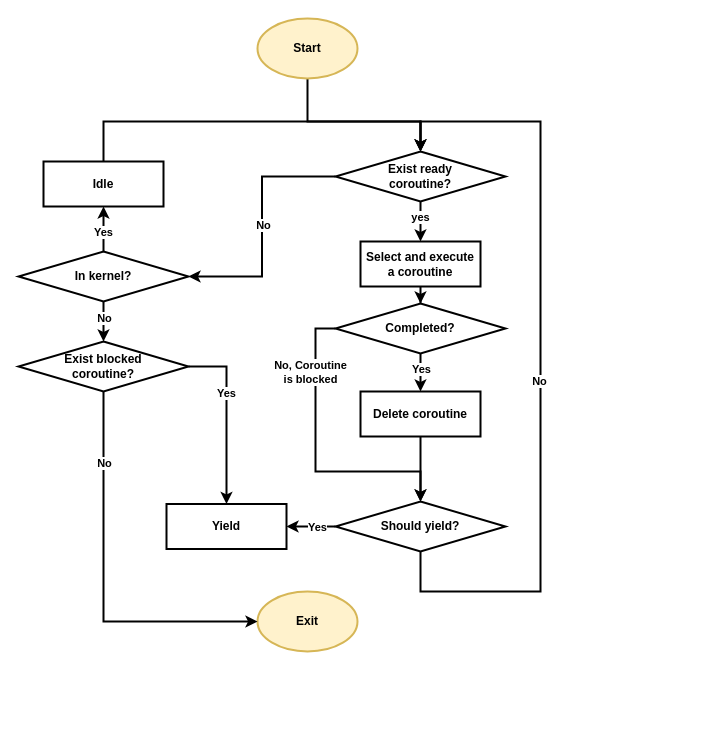
zflcs/SharedScheduler keeps this draw.io diagram as Article/assets/flow.drawio. Above is the earlier version. Source tidied: cells renumbered, new cells numbered last; positions are measured from the earlier drawing's top-left corner, leaving out a move shared by most shapes. Both pictures are drawn from the tidied source at 100%, with x=0, y=0 at pixel (18, 18).
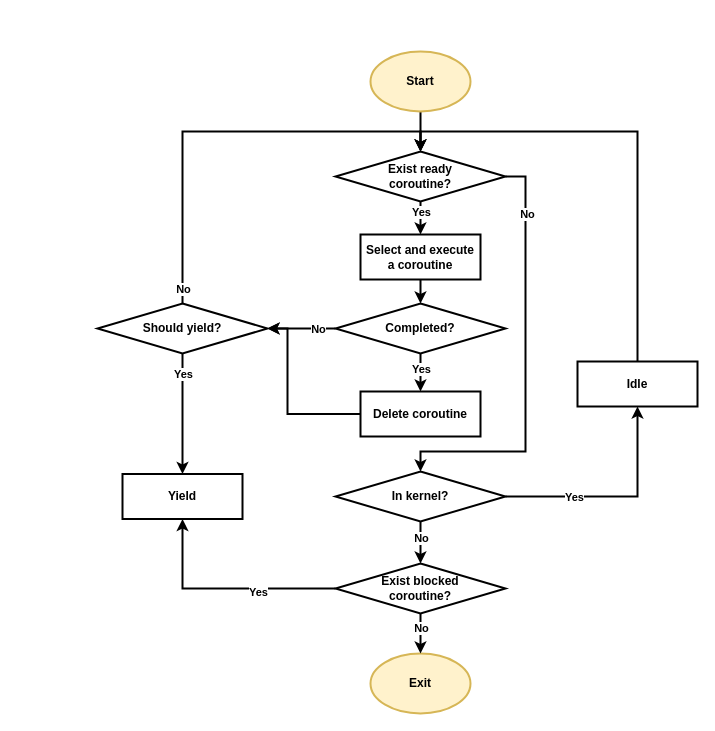
Above is the later version.

Unchanged cells that the change refers to:
```xml
<mxCell id="2" style="edgeStyle=orthogonalEdgeStyle;rounded=0;jettySize=auto;html=1;strokeWidth=2;fontStyle=1;" parent="1" edge="1" source="6" target="8">
  <mxGeometry relative="1" as="geometry" />
</mxCell>
<mxCell id="6" value="Exist ready &lt;br&gt;coroutine?" style="rhombus;whiteSpace=wrap;html=1;strokeWidth=2;fontStyle=1;" parent="1" vertex="1">
  <mxGeometry x="317" y="133" width="170" height="50" as="geometry" />
</mxCell>
<mxCell id="13" value="Completed?" style="rhombus;whiteSpace=wrap;html=1;strokeWidth=2;fontStyle=1;" parent="1" vertex="1">
  <mxGeometry x="317" y="285" width="170" height="50" as="geometry" />
</mxCell>
<mxCell id="15" value="Delete coroutine" style="whiteSpace=wrap;html=1;strokeWidth=2;fontStyle=1;" parent="1" vertex="1">
  <mxGeometry x="342" y="373" width="120" height="45" as="geometry" />
</mxCell>
```

Change to the diagram source:
```diff
@@
-    <mxCell id="3" value="yes" style="edgeLabel;html=1;align=center;verticalAlign=middle;fontStyle=1;" parent="2" vertex="1">
+    <mxCell id="3" value="Yes" style="edgeLabel;html=1;align=center;verticalAlign=middle;fontStyle=1;" parent="2" vertex="1">
       <mxGeometry x="-0.1" y="-2" relative="1" as="geometry">
-        <mxPoint x="1" y="-3" as="offset" />
+        <mxPoint x="-2" y="-9" as="offset" />
       </mxGeometry>
     </mxCell>
-    <mxCell id="4" style="edgeStyle=orthogonalEdgeStyle;rounded=0;jettySize=auto;html=1;exitX=0;exitY=0.5;exitDx=0;exitDy=0;entryX=1;entryY=0.5;entryDx=0;entryDy=0;strokeWidth=2;fontStyle=1;" parent="1" edge="1" source="6" target="25">
-      <mxGeometry relative="1" as="geometry" />
+    <mxCell id="4" style="edgeStyle=orthogonalEdgeStyle;rounded=0;jettySize=auto;html=1;exitX=1;exitY=0.5;exitDx=0;exitDy=0;entryX=0.5;entryY=0;entryDx=0;entryDy=0;strokeWidth=2;fontStyle=1;" parent="1" edge="1" source="6" target="25">
+      <mxGeometry relative="1" as="geometry">
+        <Array as="points">
+          <mxPoint x="507" y="158" />
+          <mxPoint x="507" y="433" />
+          <mxPoint x="402" y="433" />
+        </Array>
+      </mxGeometry>
     </mxCell>
     <mxCell id="5" value="No" style="edgeLabel;html=1;align=center;verticalAlign=middle;fontStyle=1;" parent="4" vertex="1">
-      <mxGeometry x="-0.01" y="1" relative="1" as="geometry" />
+      <mxGeometry x="-0.01" y="1" relative="1" as="geometry">
+        <mxPoint y="-151" as="offset" />
+      </mxGeometry>
     </mxCell>
@@
     <mxCell id="8" value="Select and execute a coroutine" style="whiteSpace=wrap;html=1;strokeWidth=2;fontStyle=1;" parent="1" vertex="1">
-      <mxGeometry x="342" y="223" width="120" height="45" as="geometry" />
+      <mxGeometry x="342" y="216" width="120" height="45" as="geometry" />
     </mxCell>
@@
-    <mxCell id="11" style="edgeStyle=orthogonalEdgeStyle;rounded=0;jettySize=auto;html=1;exitX=0;exitY=0.5;exitDx=0;exitDy=0;entryX=0.5;entryY=0;entryDx=0;entryDy=0;strokeWidth=2;" parent="1" edge="1" source="13" target="20">
+    <mxCell id="11" style="edgeStyle=orthogonalEdgeStyle;rounded=0;jettySize=auto;html=1;exitX=0;exitY=0.5;exitDx=0;exitDy=0;entryX=1;entryY=0.5;entryDx=0;entryDy=0;strokeWidth=2;" parent="1" edge="1" source="13" target="20">
       <mxGeometry relative="1" as="geometry">
         <Array as="points">
-          <mxPoint x="297" y="310" />
-          <mxPoint x="297" y="453" />
-          <mxPoint x="402" y="453" />
+          <mxPoint x="269" y="310" />
+          <mxPoint x="269" y="310" />
         </Array>
       </mxGeometry>
     </mxCell>
-    <mxCell id="12" value="&lt;b style=&quot;border-color: var(--border-color);&quot;&gt;No,&amp;nbsp;Coroutine &lt;br&gt;is blocked&lt;/b&gt;" style="edgeLabel;html=1;align=center;verticalAlign=middle;" parent="11" vertex="1">
+    <mxCell id="12" value="&lt;b style=&quot;border-color: var(--border-color);&quot;&gt;No&lt;/b&gt;" style="edgeLabel;html=1;align=center;verticalAlign=middle;" parent="11" vertex="1">
       <mxGeometry x="0.15" y="1" relative="1" as="geometry">
-        <mxPoint x="-14" y="-99" as="offset" />
+        <mxPoint x="21" y="-1" as="offset" />
       </mxGeometry>
     </mxCell>
@@
-    <mxCell id="14" style="edgeStyle=orthogonalEdgeStyle;rounded=0;jettySize=auto;html=1;exitX=0.5;exitY=1;exitDx=0;exitDy=0;entryX=0.5;entryY=0;entryDx=0;entryDy=0;strokeWidth=2;" parent="1" edge="1" source="15" target="20">
-      <mxGeometry relative="1" as="geometry" />
+    <mxCell id="14" style="edgeStyle=orthogonalEdgeStyle;rounded=0;jettySize=auto;html=1;exitX=0;exitY=0.5;exitDx=0;exitDy=0;entryX=1;entryY=0.5;entryDx=0;entryDy=0;strokeWidth=2;" parent="1" edge="1" source="15" target="20">
+      <mxGeometry relative="1" as="geometry">
+        <Array as="points">
+          <mxPoint x="269" y="396" />
+          <mxPoint x="269" y="310" />
+        </Array>
+      </mxGeometry>
     </mxCell>
@@
-    <mxCell id="16" style="edgeStyle=orthogonalEdgeStyle;rounded=0;jettySize=auto;html=1;exitX=0.5;exitY=1;exitDx=0;exitDy=0;entryX=0.5;entryY=0;entryDx=0;entryDy=0;strokeWidth=2;" parent="1" edge="1" source="20" target="6">
+    <mxCell id="16" style="edgeStyle=orthogonalEdgeStyle;rounded=0;jettySize=auto;html=1;exitX=0.5;exitY=0;exitDx=0;exitDy=0;entryX=0.5;entryY=0;entryDx=0;entryDy=0;strokeWidth=2;" parent="1" edge="1" source="20" target="6">
       <mxGeometry relative="1" as="geometry">
         <Array as="points">
-          <mxPoint x="402" y="573" />
-          <mxPoint x="522" y="573" />
-          <mxPoint x="522" y="103" />
-          <mxPoint x="402" y="103" />
+          <mxPoint x="164" y="113" />
+          <mxPoint x="402" y="113" />
         </Array>
       </mxGeometry>
     </mxCell>
     <mxCell id="17" value="No" style="edgeLabel;html=1;align=center;verticalAlign=middle;fontStyle=1;" parent="16" vertex="1">
       <mxGeometry x="-0.37" y="2" relative="1" as="geometry">
-        <mxPoint y="-125" as="offset" />
+        <mxPoint x="2" y="120" as="offset" />
       </mxGeometry>
     </mxCell>
-    <mxCell id="18" style="edgeStyle=orthogonalEdgeStyle;rounded=0;jettySize=auto;html=1;exitX=0;exitY=0.5;exitDx=0;exitDy=0;entryX=1;entryY=0.5;entryDx=0;entryDy=0;strokeWidth=2;" parent="1" edge="1" source="20" target="29">
+    <mxCell id="18" style="edgeStyle=orthogonalEdgeStyle;rounded=0;jettySize=auto;html=1;exitX=0.5;exitY=1;exitDx=0;exitDy=0;strokeWidth=2;entryX=0.5;entryY=0;entryDx=0;entryDy=0;" parent="1" edge="1" source="20" target="29">
       <mxGeometry relative="1" as="geometry" />
     </mxCell>
     <mxCell id="19" value="Yes" style="edgeLabel;html=1;align=center;verticalAlign=middle;fontStyle=1;" parent="18" vertex="1">
-      <mxGeometry x="-0.24" relative="1" as="geometry" />
+      <mxGeometry x="-0.24" relative="1" as="geometry">
+        <mxPoint y="-26" as="offset" />
+      </mxGeometry>
     </mxCell>
     <mxCell id="20" value="Should yield?" style="rhombus;whiteSpace=wrap;html=1;strokeWidth=2;fontStyle=1;" parent="1" vertex="1">
-      <mxGeometry x="317" y="483" width="170" height="50" as="geometry" />
+      <mxGeometry x="79" y="285" width="170" height="50" as="geometry" />
     </mxCell>
-    <mxCell id="21" style="edgeStyle=orthogonalEdgeStyle;rounded=0;jettySize=auto;html=1;entryX=0.5;entryY=1;entryDx=0;entryDy=0;strokeWidth=2;fontStyle=1;" parent="1" edge="1" source="25" target="28">
-      <mxGeometry relative="1" as="geometry" />
+    <mxCell id="21" style="edgeStyle=orthogonalEdgeStyle;rounded=0;jettySize=auto;html=1;entryX=0.5;entryY=1;entryDx=0;entryDy=0;strokeWidth=2;fontStyle=1;exitX=1;exitY=0.5;exitDx=0;exitDy=0;" parent="1" edge="1" source="25" target="28">
+      <mxGeometry relative="1" as="geometry">
+        <Array as="points">
+          <mxPoint x="619" y="478" />
+        </Array>
+      </mxGeometry>
     </mxCell>
     <mxCell id="22" value="Yes" style="edgeLabel;html=1;align=center;verticalAlign=middle;fontStyle=1;" parent="21" vertex="1">
-      <mxGeometry x="-0.13" y="1" relative="1" as="geometry" />
+      <mxGeometry x="-0.13" y="1" relative="1" as="geometry">
+        <mxPoint x="-29" y="1" as="offset" />
+      </mxGeometry>
     </mxCell>
-    <mxCell id="23" style="edgeStyle=orthogonalEdgeStyle;rounded=0;jettySize=auto;html=1;strokeWidth=2;" parent="1" edge="1" source="25" target="35">
+    <mxCell id="23" style="edgeStyle=orthogonalEdgeStyle;rounded=0;jettySize=auto;html=1;strokeWidth=2;exitX=0.5;exitY=1;exitDx=0;exitDy=0;entryX=0.5;entryY=0;entryDx=0;entryDy=0;" parent="1" edge="1" source="25" target="35">
       <mxGeometry relative="1" as="geometry" />
     </mxCell>
@@
-    <mxCell id="25" value="In kernel?" style="rhombus;whiteSpace=wrap;html=1;strokeWidth=2;fontStyle=1;" parent="1" vertex="1">
-      <mxGeometry y="233" width="170" height="50" as="geometry" />
-    </mxCell>
     <mxCell id="26" value="Exit" style="strokeWidth=2;html=1;shape=mxgraph.flowchart.start_1;whiteSpace=wrap;fontStyle=1;fillColor=#fff2cc;strokeColor=#d6b656;" parent="1" vertex="1">
-      <mxGeometry x="239" y="573" width="100" height="60" as="geometry" />
+      <mxGeometry x="352" y="635" width="100" height="60" as="geometry" />
     </mxCell>
     <mxCell id="27" style="edgeStyle=orthogonalEdgeStyle;rounded=0;jettySize=auto;html=1;exitX=0.5;exitY=0;exitDx=0;exitDy=0;entryX=0.5;entryY=0;entryDx=0;entryDy=0;strokeWidth=2;fontStyle=1;" parent="1" edge="1" source="28" target="6">
       <mxGeometry relative="1" as="geometry">
         <Array as="points">
-          <mxPoint x="85" y="103" />
-          <mxPoint x="402" y="103" />
+          <mxPoint x="619" y="113" />
+          <mxPoint x="402" y="113" />
         </Array>
       </mxGeometry>
     </mxCell>
     <mxCell id="28" value="Idle" style="whiteSpace=wrap;html=1;strokeWidth=2;fontStyle=1;" parent="1" vertex="1">
-      <mxGeometry x="25" y="143" width="120" height="45" as="geometry" />
+      <mxGeometry x="559" y="343" width="120" height="45" as="geometry" />
     </mxCell>
     <mxCell id="29" value="Yield" style="whiteSpace=wrap;html=1;strokeWidth=2;fontStyle=1;" parent="1" vertex="1">
-      <mxGeometry x="148" y="485.5" width="120" height="45" as="geometry" />
+      <mxGeometry x="104" y="455.5" width="120" height="45" as="geometry" />
     </mxCell>
-    <mxCell id="30" style="edgeStyle=orthogonalEdgeStyle;rounded=0;jettySize=auto;html=1;exitX=0.5;exitY=1;exitDx=0;exitDy=0;" parent="1" edge="1" source="35">
-      <mxGeometry relative="1" as="geometry">
-        <mxPoint x="85.3" y="373.2" as="targetPoint" />
-      </mxGeometry>
-    </mxCell>
-    <mxCell id="31" style="edgeStyle=orthogonalEdgeStyle;rounded=0;jettySize=auto;html=1;exitX=1;exitY=0.5;exitDx=0;exitDy=0;entryX=0.5;entryY=0;entryDx=0;entryDy=0;strokeWidth=2;" parent="1" edge="1" source="35" target="29">
-      <mxGeometry relative="1" as="geometry">
-        <Array as="points">
-          <mxPoint x="208" y="348" />
-        </Array>
-      </mxGeometry>
-    </mxCell>
-    <mxCell id="32" value="Yes" style="edgeLabel;html=1;align=center;verticalAlign=middle;fontStyle=1;" parent="31" vertex="1">
-      <mxGeometry x="-0.31" relative="1" as="geometry">
-        <mxPoint x="-1" y="3" as="offset" />
-      </mxGeometry>
-    </mxCell>
-    <mxCell id="33" style="edgeStyle=orthogonalEdgeStyle;rounded=0;jettySize=auto;html=1;exitX=0.5;exitY=1;exitDx=0;exitDy=0;strokeWidth=2;" parent="1" edge="1" source="35" target="26">
-      <mxGeometry relative="1" as="geometry">
-        <Array as="points">
-          <mxPoint x="85" y="603" />
-        </Array>
-      </mxGeometry>
+    <mxCell id="33" style="edgeStyle=orthogonalEdgeStyle;rounded=0;jettySize=auto;html=1;strokeWidth=2;entryX=0.5;entryY=0;entryDx=0;entryDy=0;entryPerimeter=0;exitX=0.5;exitY=1;exitDx=0;exitDy=0;" parent="1" edge="1" source="35" target="26">
+      <mxGeometry relative="1" as="geometry" />
     </mxCell>
     <mxCell id="34" value="No" style="edgeLabel;html=1;align=center;verticalAlign=middle;fontStyle=1;" parent="33" vertex="1">
-      <mxGeometry x="-0.63" relative="1" as="geometry" />
+      <mxGeometry x="-0.63" relative="1" as="geometry">
+        <mxPoint y="7" as="offset" />
+      </mxGeometry>
     </mxCell>
     <mxCell id="35" value="Exist blocked &lt;br&gt;coroutine?" style="rhombus;whiteSpace=wrap;html=1;strokeWidth=2;fontStyle=1;" parent="1" vertex="1">
-      <mxGeometry y="323" width="170" height="50" as="geometry" />
+      <mxGeometry x="317" y="545" width="170" height="50" as="geometry" />
     </mxCell>
     <mxCell id="36" style="edgeStyle=orthogonalEdgeStyle;rounded=0;jettySize=auto;html=1;exitX=0.5;exitY=1;exitDx=0;exitDy=0;exitPerimeter=0;entryX=0.5;entryY=0;entryDx=0;entryDy=0;strokeWidth=2;" parent="1" edge="1" source="37" target="6">
       <mxGeometry relative="1" as="geometry">
         <Array as="points">
-          <mxPoint x="289" y="103" />
-          <mxPoint x="402" y="103" />
+          <mxPoint x="402" y="83" />
+          <mxPoint x="402" y="83" />
         </Array>
       </mxGeometry>
     </mxCell>
     <mxCell id="37" value="Start" style="strokeWidth=2;html=1;shape=mxgraph.flowchart.start_1;whiteSpace=wrap;fontStyle=1;fillColor=#fff2cc;strokeColor=#d6b656;" parent="1" vertex="1">
-      <mxGeometry x="239" width="100" height="60" as="geometry" />
+      <mxGeometry x="352" y="33" width="100" height="60" as="geometry" />
     </mxCell>
+    <mxCell id="31" style="edgeStyle=orthogonalEdgeStyle;rounded=0;jettySize=auto;html=1;exitX=0;exitY=0.5;exitDx=0;exitDy=0;entryX=0.5;entryY=1;entryDx=0;entryDy=0;strokeWidth=2;" parent="1" edge="1" source="35" target="29">
+      <mxGeometry relative="1" as="geometry">
+        <Array as="points">
+          <mxPoint x="164" y="570" />
+        </Array>
+      </mxGeometry>
+    </mxCell>
+    <mxCell id="32" value="Yes" style="edgeLabel;html=1;align=center;verticalAlign=middle;fontStyle=1;" parent="31" vertex="1">
+      <mxGeometry x="-0.31" relative="1" as="geometry">
+        <mxPoint x="-1" y="3" as="offset" />
+      </mxGeometry>
+    </mxCell>
+    <mxCell id="25" value="In kernel?" style="rhombus;whiteSpace=wrap;html=1;strokeWidth=2;fontStyle=1;" parent="1" vertex="1">
+      <mxGeometry x="317" y="453" width="170" height="50" as="geometry" />
+    </mxCell>
```
